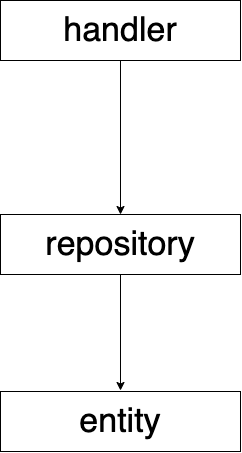
shinya-ml/geeksai-backend-study keeps this draw.io diagram as img/minimal_architecture.png. Above is the earlier version. Source tidied: cells renumbered, new cells last; positions are measured from the earlier drawing's top-left corner, leaving out a move shared by most shapes.
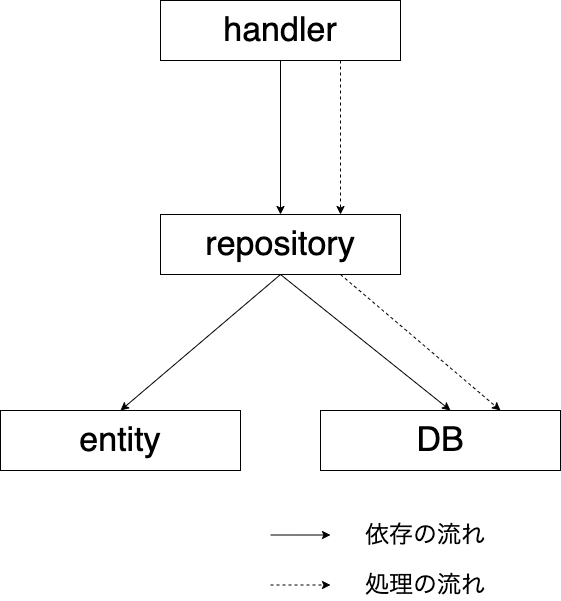
Later version of the same file.

What changed in the source:
```diff
@@ -11,13 +11,43 @@
     <mxCell id="4" style="endArrow=classic;html=1;fontSize=34;exitX=0.5;exitY=1;exitDx=0;exitDy=0;entryX=0.5;entryY=0;entryDx=0;entryDy=0;" parent="1" edge="1" source="2" target="3">
       <mxGeometry relative="1" as="geometry" />
     </mxCell>
-    <mxCell id="5" style="endArrow=classic;html=1;fontSize=34;exitX=0.5;exitY=1;exitDx=0;exitDy=0;entryX=0.5;entryY=0;entryDx=0;entryDy=0;entryPerimeter=0;" parent="1" edge="1" source="3">
-      <mxGeometry relative="1" as="geometry">
-        <mxPoint x="120" y="390" as="targetPoint" />
-      </mxGeometry>
+    <mxCell id="5" style="endArrow=classic;html=1;fontSize=34;exitX=0.5;exitY=1;exitDx=0;exitDy=0;entryX=0.5;entryY=0;entryDx=0;entryDy=0;" parent="1" edge="1" source="3" target="6">
+      <mxGeometry relative="1" as="geometry" />
     </mxCell>
     <mxCell id="6" value="&lt;span style=&quot;font-size: 34px&quot;&gt;entity&lt;/span&gt;" style="rounded=0;whiteSpace=wrap;html=1;" parent="1" vertex="1">
-      <mxGeometry y="391" width="240" height="60" as="geometry" />
+      <mxGeometry x="-160" y="410" width="240" height="60" as="geometry" />
     </mxCell>
+    <mxCell id="7" value="&lt;span style=&quot;font-size: 34px&quot;&gt;DB&lt;/span&gt;" style="rounded=0;whiteSpace=wrap;html=1;" parent="1" vertex="1">
+      <mxGeometry x="160" y="410" width="240" height="60" as="geometry" />
+    </mxCell>
+    <mxCell id="8" style="endArrow=classic;html=1;exitX=0.5;exitY=1;exitDx=0;exitDy=0;" parent="1" edge="1" source="3">
+      <mxGeometry relative="1" as="geometry">
+        <mxPoint x="290" y="410" as="targetPoint" />
+      </mxGeometry>
+    </mxCell>
+    <mxCell id="9" style="endArrow=classic;html=1;" parent="1" edge="1">
+      <mxGeometry relative="1" as="geometry">
+        <mxPoint x="110" y="534.5" as="sourcePoint" />
+        <mxPoint x="170" y="534.5" as="targetPoint" />
+      </mxGeometry>
+    </mxCell>
+    <mxCell id="10" value="&lt;font style=&quot;font-size: 24px&quot;&gt;依存の流れ&lt;/font&gt;" style="text;html=1;strokeColor=none;fillColor=none;align=center;verticalAlign=middle;whiteSpace=wrap;rounded=0;" parent="1" vertex="1">
+      <mxGeometry x="180" y="520" width="170" height="30" as="geometry" />
+    </mxCell>
+    <mxCell id="11" style="endArrow=classic;html=1;dashed=1;" parent="1" edge="1">
+      <mxGeometry relative="1" as="geometry">
+        <mxPoint x="110" y="584.5" as="sourcePoint" />
+        <mxPoint x="170" y="584.5" as="targetPoint" />
+      </mxGeometry>
+    </mxCell>
+    <mxCell id="12" value="&lt;font style=&quot;font-size: 24px&quot;&gt;処理の流れ&lt;/font&gt;" style="text;html=1;strokeColor=none;fillColor=none;align=center;verticalAlign=middle;whiteSpace=wrap;rounded=0;" parent="1" vertex="1">
+      <mxGeometry x="180" y="570" width="170" height="30" as="geometry" />
+    </mxCell>
+    <mxCell id="13" style="endArrow=classic;html=1;dashed=1;fontSize=24;exitX=0.75;exitY=1;exitDx=0;exitDy=0;entryX=0.75;entryY=0;entryDx=0;entryDy=0;" parent="1" edge="1" source="2" target="3">
+      <mxGeometry relative="1" as="geometry" />
+    </mxCell>
+    <mxCell id="14" style="endArrow=classic;html=1;dashed=1;fontSize=24;exitX=0.75;exitY=1;exitDx=0;exitDy=0;entryX=0.75;entryY=0;entryDx=0;entryDy=0;" parent="1" edge="1" source="3" target="7">
+      <mxGeometry relative="1" as="geometry" />
+    </mxCell>
   </root>
 </mxGraphModel>
```
